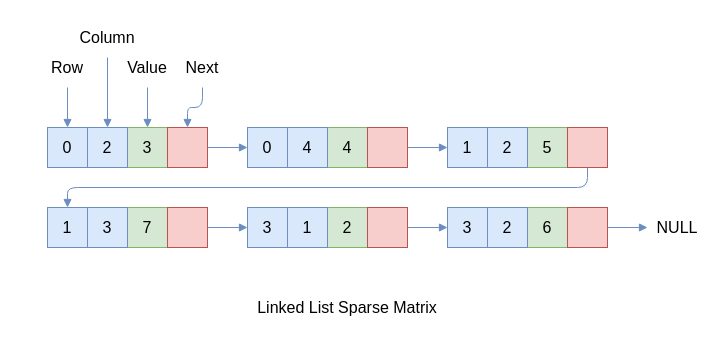
Earlier version of the draw.io diagram src/matrix/sparse-matrix/assets/linked-list-sparse-matrix.drawio (XuShaohua/TheAlgorithms). Source tidied: cells renumbered, new cells numbered last; positions are measured from the earlier drawing's top-left corner, leaving out a move shared by most shapes. Both pictures are drawn from the tidied source at 100%, with x=0, y=0 at pixel (37, 17).
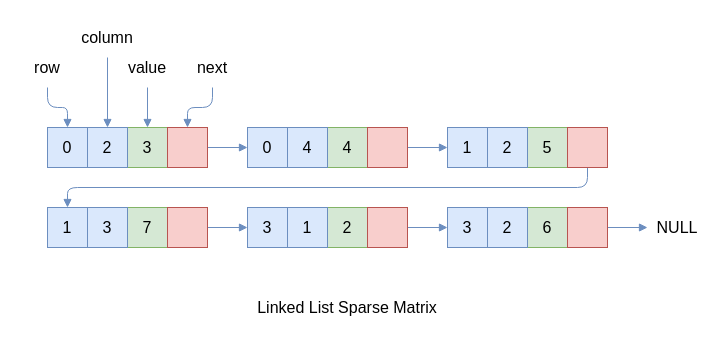
The same page after the edit.

Commit message (it also covers changes not shown here):
matrix: Add chart for list of list sparse matrix

Diff of the diagram source:
```diff
@@
-    <mxCell id="6" value="Row" style="text;html=1;align=center;verticalAlign=middle;whiteSpace=wrap;rounded=0;fontFamily=Ubuntu;fontSize=16;fontStyle=0;" parent="1" vertex="1">
-      <mxGeometry y="30" width="60" height="40" as="geometry" />
+    <mxCell id="6" value="row" style="text;html=1;align=center;verticalAlign=middle;whiteSpace=wrap;rounded=0;fontFamily=Ubuntu;fontSize=16;fontStyle=0;" parent="1" vertex="1">
+      <mxGeometry x="-20" y="30" width="60" height="40" as="geometry" />
     </mxCell>
@@
-    <mxCell id="8" value="Column" style="text;html=1;align=center;verticalAlign=middle;whiteSpace=wrap;rounded=0;fontFamily=Ubuntu;fontSize=16;fontStyle=0;" parent="1" vertex="1">
+    <mxCell id="8" value="column" style="text;html=1;align=center;verticalAlign=middle;whiteSpace=wrap;rounded=0;fontFamily=Ubuntu;fontSize=16;fontStyle=0;" parent="1" vertex="1">
       <mxGeometry x="35" width="70" height="40" as="geometry" />
     </mxCell>
@@
-    <mxCell id="10" value="Value" style="text;html=1;align=center;verticalAlign=middle;whiteSpace=wrap;rounded=0;fontFamily=Ubuntu;fontSize=16;fontStyle=0;" parent="1" vertex="1">
+    <mxCell id="10" value="value" style="text;html=1;align=center;verticalAlign=middle;whiteSpace=wrap;rounded=0;fontFamily=Ubuntu;fontSize=16;fontStyle=0;" parent="1" vertex="1">
       <mxGeometry x="80" y="30" width="60" height="40" as="geometry" />
     </mxCell>
@@
-    <mxCell id="35" value="Next" style="text;html=1;align=center;verticalAlign=middle;whiteSpace=wrap;rounded=0;fontFamily=Ubuntu;fontSize=16;fontStyle=0;" parent="1" vertex="1">
-      <mxGeometry x="140" y="30" width="50" height="40" as="geometry" />
+    <mxCell id="35" value="next" style="text;html=1;align=center;verticalAlign=middle;whiteSpace=wrap;rounded=0;fontFamily=Ubuntu;fontSize=16;fontStyle=0;" parent="1" vertex="1">
+      <mxGeometry x="150" y="30" width="50" height="40" as="geometry" />
     </mxCell>
```
